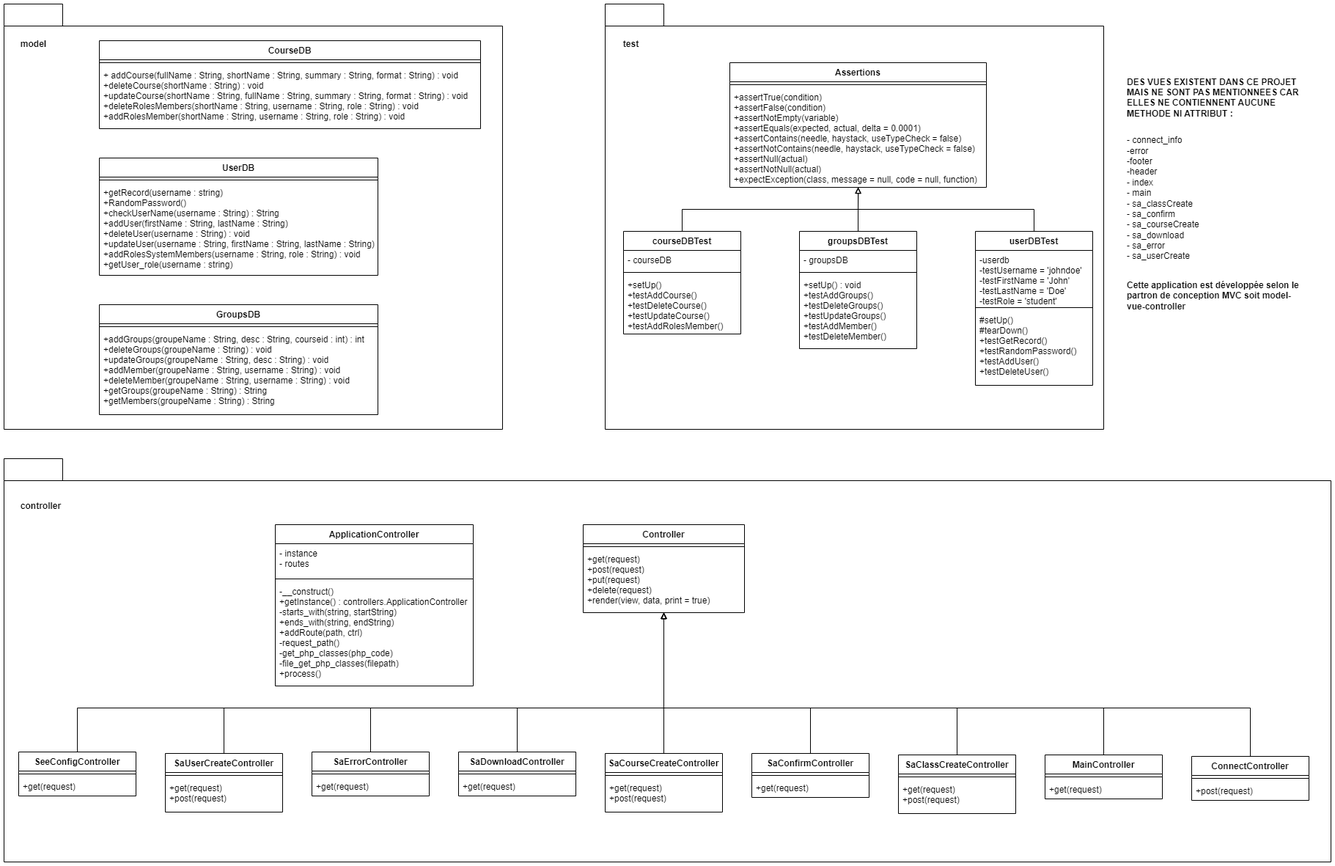
The draw.io diagram Documents/Diagrammes/Diagramme_classe.png in Michael16b/Balabox-Identification, before a commit. Source tidied: cells renumbered, new cells last; positions are measured from the earlier drawing's top-left corner, leaving out a move shared by most shapes.
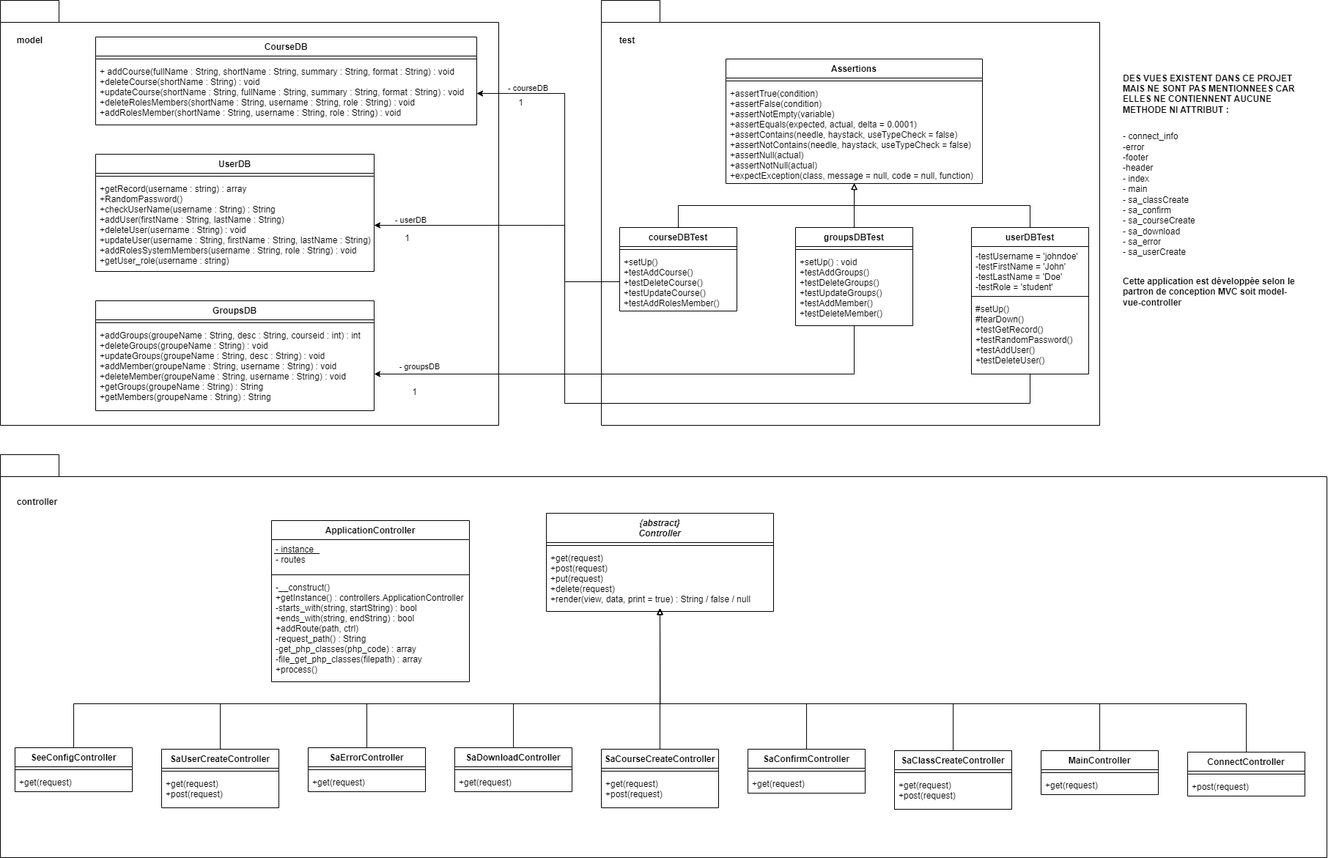
The same diagram one commit later.

Commit message:
diagramme de classe update

What changed in the source:
```diff
@@ -26,7 +26,7 @@
     <mxCell id="9" style="line;strokeWidth=1;fillColor=none;align=left;verticalAlign=middle;spacingTop=-1;spacingLeft=3;spacingRight=3;labelPosition=right;strokeColor=inherit;" parent="8" vertex="1">
       <mxGeometry y="26" width="380" height="8" as="geometry" />
     </mxCell>
-    <mxCell id="10" value="+getRecord(username : string)&#10;+RandomPassword()&#10;+checkUserName(username : String) : String&#10;+addUser(firstName : String, lastName : String)&#10;+deleteUser(username : String) : void&#10;+updateUser(username : String, firstName : String, lastName : String) : void&#10;+addRolesSystemMembers(username : String, role : String) : void&#10;+getUser_role(username : string)" style="text;strokeColor=none;fillColor=none;align=left;verticalAlign=top;spacingLeft=4;spacingRight=4;overflow=hidden;points=[[0,0.5],[1,0.5]];portConstraint=eastwest;" parent="8" vertex="1">
+    <mxCell id="10" value="+getRecord(username : string) : array&#10;+RandomPassword()&#10;+checkUserName(username : String) : String&#10;+addUser(firstName : String, lastName : String)&#10;+deleteUser(username : String) : void&#10;+updateUser(username : String, firstName : String, lastName : String) : void&#10;+addRolesSystemMembers(username : String, role : String) : void&#10;+getUser_role(username : string)" style="text;strokeColor=none;fillColor=none;align=left;verticalAlign=top;spacingLeft=4;spacingRight=4;overflow=hidden;points=[[0,0.5],[1,0.5]];portConstraint=eastwest;" parent="8" vertex="1">
       <mxGeometry y="34" width="380" height="126" as="geometry" />
     </mxCell>
     <mxCell id="11" value="GroupsDB" style="swimlane;fontStyle=1;align=center;verticalAlign=top;horizontal=1;startSize=26;" parent="1" vertex="1">
@@ -50,17 +50,17 @@
     <mxCell id="17" style="line;strokeWidth=1;fillColor=none;align=left;verticalAlign=middle;spacingTop=-1;spacingLeft=3;spacingRight=3;labelPosition=right;strokeColor=inherit;fontSize=12;" parent="15" vertex="1">
       <mxGeometry y="70" width="270" height="8" as="geometry" />
     </mxCell>
-    <mxCell id="18" value="-__construct()&#10;+getInstance() : controllers.ApplicationController&#10;-starts_with(string, startString)&#10;+ends_with(string, endString)&#10;+addRoute(path, ctrl)&#10;-request_path()&#10;-get_php_classes(php_code)&#10;-file_get_php_classes(filepath)&#10;+process()&#10;" style="text;strokeColor=none;fillColor=none;align=left;verticalAlign=top;spacingLeft=4;spacingRight=4;overflow=hidden;fontSize=12;" parent="15" vertex="1">
+    <mxCell id="18" value="-__construct()&#10;+getInstance() : controllers.ApplicationController&#10;-starts_with(string, startString) : bool&#10;+ends_with(string, endString) : bool&#10;+addRoute(path, ctrl)&#10;-request_path() : String&#10;-get_php_classes(php_code) : array&#10;-file_get_php_classes(filepath) : array&#10;+process()&#10;" style="text;strokeColor=none;fillColor=none;align=left;verticalAlign=top;spacingLeft=4;spacingRight=4;overflow=hidden;fontSize=12;" parent="15" vertex="1">
       <mxGeometry y="78" width="270" height="142" as="geometry" />
     </mxCell>
-    <mxCell id="19" value="Controller" style="swimlane;fontStyle=1;align=center;verticalAlign=top;horizontal=1;startSize=26;fontSize=12;" parent="1" vertex="1">
-      <mxGeometry x="790" y="710" width="220" height="120" as="geometry" />
+    <mxCell id="19" value="{abstract}&#10;Controller" style="swimlane;fontStyle=3;align=center;verticalAlign=top;horizontal=1;startSize=40;fontSize=12;" parent="1" vertex="1">
+      <mxGeometry x="745" y="700" width="310" height="134" as="geometry" />
     </mxCell>
     <mxCell id="20" style="line;strokeWidth=1;fillColor=none;align=left;verticalAlign=middle;spacingTop=-1;spacingLeft=3;spacingRight=3;labelPosition=right;strokeColor=inherit;fontSize=12;" parent="19" vertex="1">
-      <mxGeometry y="26" width="220" height="8" as="geometry" />
+      <mxGeometry y="40" width="310" height="8" as="geometry" />
     </mxCell>
-    <mxCell id="21" value="+get(request)&#10;+post(request)&#10;+put(request)&#10;+delete(request)&#10;+render(view, data, print = true)" style="text;strokeColor=none;fillColor=none;align=left;verticalAlign=top;spacingLeft=4;spacingRight=4;overflow=hidden;fontSize=12;" parent="19" vertex="1">
-      <mxGeometry y="34" width="220" height="86" as="geometry" />
+    <mxCell id="21" value="+get(request)&#10;+post(request)&#10;+put(request)&#10;+delete(request)&#10;+render(view, data, print = true) : String / false / null" style="text;strokeColor=none;fillColor=none;align=left;verticalAlign=top;spacingLeft=4;spacingRight=4;overflow=hidden;fontSize=12;" parent="19" vertex="1">
+      <mxGeometry y="48" width="310" height="86" as="geometry" />
     </mxCell>
     <mxCell id="22" style="edgeStyle=orthogonalEdgeStyle;rounded=0;jettySize=auto;html=1;fontSize=12;endArrow=block;endFill=0;" parent="1" edge="1" source="23">
       <mxGeometry relative="1" as="geometry">
@@ -236,16 +236,13 @@
       <mxGeometry relative="1" as="geometry" />
     </mxCell>
     <mxCell id="63" value="courseDBTest" style="swimlane;fontStyle=1;align=center;verticalAlign=top;horizontal=1;startSize=26;fontSize=12;" parent="1" vertex="1">
-      <mxGeometry x="845" y="310" width="160" height="140" as="geometry" />
+      <mxGeometry x="845" y="310" width="160" height="114" as="geometry" />
     </mxCell>
-    <mxCell id="64" value="- courseDB" style="text;strokeColor=none;fillColor=none;align=left;verticalAlign=top;spacingLeft=4;spacingRight=4;overflow=hidden;fontSize=12;" parent="63" vertex="1">
-      <mxGeometry y="26" width="160" height="26" as="geometry" />
-    </mxCell>
     <mxCell id="65" style="line;strokeWidth=1;fillColor=none;align=left;verticalAlign=middle;spacingTop=-1;spacingLeft=3;spacingRight=3;labelPosition=right;strokeColor=inherit;fontSize=12;" parent="63" vertex="1">
-      <mxGeometry y="52" width="160" height="8" as="geometry" />
+      <mxGeometry y="26" width="160" height="8" as="geometry" />
     </mxCell>
     <mxCell id="66" value="+setUp()&#10;+testAddCourse()&#10;+testDeleteCourse()&#10;+testUpdateCourse()&#10;+testAddRolesMember()&#10;&#10;" style="text;strokeColor=none;fillColor=none;align=left;verticalAlign=top;spacingLeft=4;spacingRight=4;overflow=hidden;points=[[0,0.5],[1,0.5]];portConstraint=eastwest;fontSize=12;" parent="63" vertex="1">
-      <mxGeometry y="60" width="160" height="80" as="geometry" />
+      <mxGeometry y="34" width="160" height="80" as="geometry" />
     </mxCell>
     <mxCell id="67" style="edgeStyle=orthogonalEdgeStyle;rounded=0;jettySize=auto;html=1;exitX=0.5;exitY=0;exitDx=0;exitDy=0;fontSize=12;endArrow=block;endFill=0;" parent="1" edge="1" source="68">
       <mxGeometry relative="1" as="geometry">
@@ -253,16 +250,13 @@
       </mxGeometry>
     </mxCell>
     <mxCell id="68" value="groupsDBTest" style="swimlane;fontStyle=1;align=center;verticalAlign=top;horizontal=1;startSize=26;fontSize=12;" parent="1" vertex="1">
-      <mxGeometry x="1085" y="310" width="160" height="160" as="geometry" />
+      <mxGeometry x="1085" y="310" width="160" height="134" as="geometry" />
     </mxCell>
-    <mxCell id="69" value="- groupsDB" style="text;strokeColor=none;fillColor=none;align=left;verticalAlign=top;spacingLeft=4;spacingRight=4;overflow=hidden;fontSize=12;" parent="68" vertex="1">
-      <mxGeometry y="26" width="160" height="26" as="geometry" />
-    </mxCell>
     <mxCell id="70" style="line;strokeWidth=1;fillColor=none;align=left;verticalAlign=middle;spacingTop=-1;spacingLeft=3;spacingRight=3;labelPosition=right;strokeColor=inherit;fontSize=12;" parent="68" vertex="1">
-      <mxGeometry y="52" width="160" height="8" as="geometry" />
+      <mxGeometry y="26" width="160" height="8" as="geometry" />
     </mxCell>
     <mxCell id="71" value="+setUp() : void&#10;+testAddGroups()&#10;+testDeleteGroups()&#10;+testUpdateGroups()&#10;+testAddMember()&#10;+testDeleteMember()&#10;" style="text;strokeColor=none;fillColor=none;align=left;verticalAlign=top;spacingLeft=4;spacingRight=4;overflow=hidden;points=[[0,0.5],[1,0.5]];portConstraint=eastwest;fontSize=12;" parent="68" vertex="1">
-      <mxGeometry y="60" width="160" height="100" as="geometry" />
+      <mxGeometry y="34" width="160" height="100" as="geometry" />
     </mxCell>
     <mxCell id="72" style="edgeStyle=orthogonalEdgeStyle;rounded=0;jettySize=auto;html=1;fontSize=12;endArrow=block;endFill=0;" parent="1" edge="1" source="73">
       <mxGeometry relative="1" as="geometry">
@@ -274,16 +268,16 @@
       </mxGeometry>
     </mxCell>
     <mxCell id="73" value="userDBTest" style="swimlane;fontStyle=1;align=center;verticalAlign=top;horizontal=1;startSize=26;fontSize=12;" parent="1" vertex="1">
-      <mxGeometry x="1325" y="310" width="160" height="210" as="geometry" />
+      <mxGeometry x="1325" y="310" width="160" height="200" as="geometry" />
     </mxCell>
-    <mxCell id="74" value="-userdb&#10;-testUsername = 'johndoe'&#10;-testFirstName = 'John'&#10;-testLastName = 'Doe'&#10;-testRole = 'student'" style="text;strokeColor=none;fillColor=none;align=left;verticalAlign=top;spacingLeft=4;spacingRight=4;overflow=hidden;fontSize=12;" parent="73" vertex="1">
-      <mxGeometry y="26" width="160" height="74" as="geometry" />
+    <mxCell id="74" value="-testUsername = 'johndoe'&#10;-testFirstName = 'John'&#10;-testLastName = 'Doe'&#10;-testRole = 'student'" style="text;strokeColor=none;fillColor=none;align=left;verticalAlign=top;spacingLeft=4;spacingRight=4;overflow=hidden;fontSize=12;" parent="73" vertex="1">
+      <mxGeometry y="26" width="160" height="64" as="geometry" />
     </mxCell>
     <mxCell id="75" style="line;strokeWidth=1;fillColor=none;align=left;verticalAlign=middle;spacingTop=-1;spacingLeft=3;spacingRight=3;labelPosition=right;strokeColor=inherit;fontSize=12;" parent="73" vertex="1">
-      <mxGeometry y="100" width="160" height="8" as="geometry" />
+      <mxGeometry y="90" width="160" height="8" as="geometry" />
     </mxCell>
     <mxCell id="76" value="#setUp()&#10;#tearDown()&#10;+testGetRecord()&#10;+testRandomPassword()&#10;+testAddUser()&#10;+testDeleteUser()" style="text;strokeColor=none;fillColor=none;align=left;verticalAlign=top;spacingLeft=4;spacingRight=4;overflow=hidden;points=[[0,0.5],[1,0.5]];portConstraint=eastwest;fontSize=12;" parent="73" vertex="1">
-      <mxGeometry y="108" width="160" height="102" as="geometry" />
+      <mxGeometry y="98" width="160" height="102" as="geometry" />
     </mxCell>
     <mxCell id="77" value="&lt;b&gt;test&lt;/b&gt;" style="text;html=1;align=center;verticalAlign=middle;strokeColor=none;fillColor=none;fontSize=12;" parent="1" vertex="1">
       <mxGeometry x="835" y="40" width="40" height="30" as="geometry" />
@@ -297,5 +291,40 @@
     <mxCell id="80" value="&lt;b&gt;Cette application est développée selon le&lt;br&gt;partron de conception MVC soit model-&lt;br&gt;vue-controller&lt;br&gt;&lt;br&gt;&lt;/b&gt;" style="text;html=1;align=left;verticalAlign=middle;strokeColor=none;fillColor=none;fontSize=12;" parent="1" vertex="1">
       <mxGeometry x="1530" y="370" width="260" height="70" as="geometry" />
     </mxCell>
+    <mxCell id="64" value="- courseDB" style="edgeStyle=orthogonalEdgeStyle;rounded=0;jettySize=auto;html=1;" parent="1" edge="1" source="66" target="7">
+      <mxGeometry x="0.69" y="-7" relative="1" as="geometry">
+        <Array as="points">
+          <mxPoint x="770" y="384" />
+          <mxPoint x="770" y="127" />
+        </Array>
+      </mxGeometry>
+    </mxCell>
+    <mxCell id="81" value="1" style="text;html=1;align=center;verticalAlign=middle;strokeColor=none;fillColor=none;" parent="1" vertex="1">
+      <mxGeometry x="695" y="125" width="30" height="30" as="geometry" />
+    </mxCell>
+    <mxCell id="69" value="- groupsDB" style="edgeStyle=orthogonalEdgeStyle;rounded=0;jettySize=auto;html=1;" parent="1" edge="1" source="71">
+      <mxGeometry x="0.83" y="-10" relative="1" as="geometry">
+        <mxPoint x="510" y="510" as="targetPoint" />
+        <Array as="points">
+          <mxPoint x="1165" y="510" />
+          <mxPoint x="510" y="510" />
+        </Array>
+      </mxGeometry>
+    </mxCell>
+    <mxCell id="82" value="1" style="text;html=1;align=center;verticalAlign=middle;strokeColor=none;fillColor=none;" parent="1" vertex="1">
+      <mxGeometry x="550" y="520" width="30" height="30" as="geometry" />
+    </mxCell>
+    <mxCell id="83" value="- userDB" style="edgeStyle=orthogonalEdgeStyle;rounded=0;jettySize=auto;html=1;entryX=1;entryY=0.5;entryDx=0;entryDy=0;" parent="1" edge="1" source="76" target="10">
+      <mxGeometry x="0.92" y="-7" relative="1" as="geometry">
+        <Array as="points">
+          <mxPoint x="1405" y="550" />
+          <mxPoint x="770" y="550" />
+          <mxPoint x="770" y="307" />
+        </Array>
+      </mxGeometry>
+    </mxCell>
+    <mxCell id="84" value="1" style="text;html=1;align=center;verticalAlign=middle;strokeColor=none;fillColor=none;" parent="1" vertex="1">
+      <mxGeometry x="540" y="310" width="30" height="30" as="geometry" />
+    </mxCell>
   </root>
 </mxGraphModel>
```
